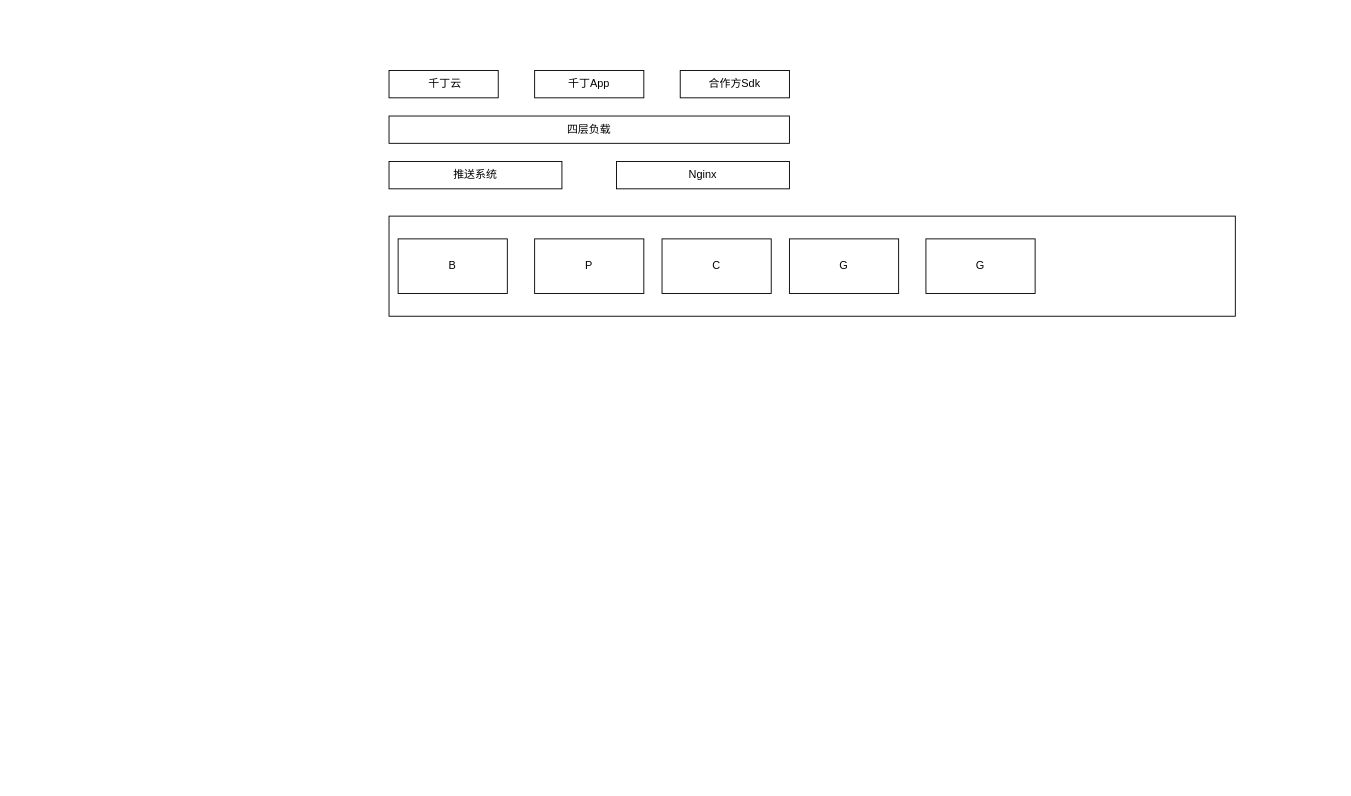
Above: Untitled Diagram.drawio in polaris16/drawio (draw.io), before the change. Source tidied: cells renumbered, new cells numbered last; positions are measured from the earlier drawing's top-left corner, leaving out a move shared by most shapes. Both pictures are drawn from the tidied source at 91%, with x=0, y=0 at pixel (389, 70).
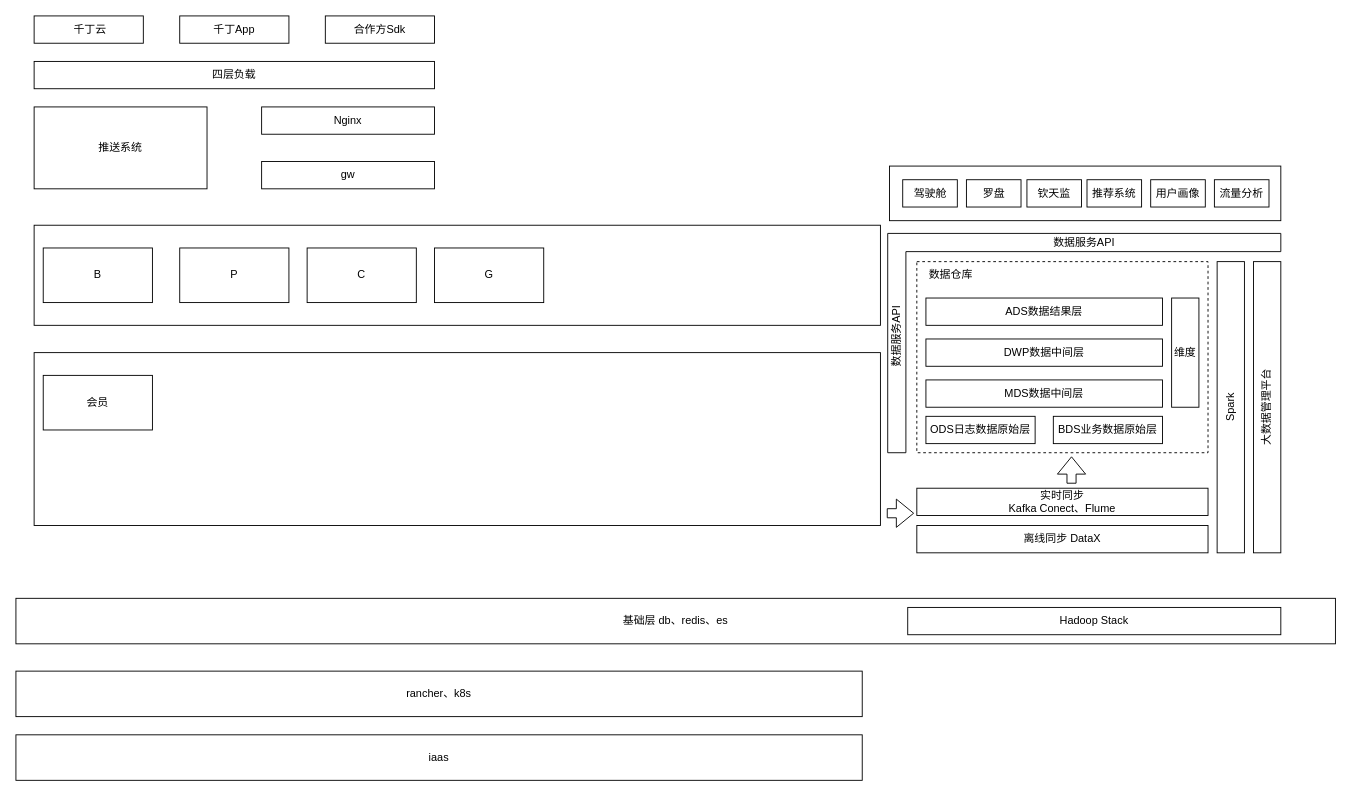
The same diagram, later.

Diff of the diagram source:
```diff
@@
+    <mxCell id="14" style="rounded=0;whiteSpace=wrap;html=1;dashed=1;" parent="1" vertex="1">
+      <mxGeometry x="580" y="210" width="320" height="210" as="geometry" />
+    </mxCell>
     <mxCell id="2" value="&amp;nbsp;千丁云" style="rounded=0;whiteSpace=wrap;html=1;" parent="1" vertex="1">
-      <mxGeometry width="120" height="30" as="geometry" />
+      <mxGeometry x="-390" y="-60" width="120" height="30" as="geometry" />
     </mxCell>
     <mxCell id="3" value="千丁App" style="rounded=0;whiteSpace=wrap;html=1;" parent="1" vertex="1">
-      <mxGeometry x="160" width="120" height="30" as="geometry" />
+      <mxGeometry x="-230" y="-60" width="120" height="30" as="geometry" />
     </mxCell>
     <mxCell id="4" value="&lt;span style=&quot;font-weight: normal&quot;&gt;合作方Sdk&lt;/span&gt;" style="rounded=0;whiteSpace=wrap;html=1;fontStyle=1;" parent="1" vertex="1">
-      <mxGeometry x="320" width="120" height="30" as="geometry" />
+      <mxGeometry x="-70" y="-60" width="120" height="30" as="geometry" />
     </mxCell>
     <mxCell id="5" value="四层负载" style="rounded=0;whiteSpace=wrap;html=1;" parent="1" vertex="1">
-      <mxGeometry y="50" width="440" height="30" as="geometry" />
+      <mxGeometry x="-390" y="-10" width="440" height="30" as="geometry" />
     </mxCell>
     <mxCell id="6" value="Nginx" style="rounded=0;whiteSpace=wrap;html=1;" parent="1" vertex="1">
-      <mxGeometry x="250" y="100" width="190" height="30" as="geometry" />
+      <mxGeometry x="-140" y="40" width="190" height="30" as="geometry" />
     </mxCell>
     <mxCell id="7" value="推送系统" style="rounded=0;whiteSpace=wrap;html=1;" parent="1" vertex="1">
-      <mxGeometry y="100" width="190" height="30" as="geometry" />
+      <mxGeometry x="-390" y="40" width="190" height="90" as="geometry" />
     </mxCell>
     <mxCell id="8" style="rounded=0;whiteSpace=wrap;html=1;" parent="1" vertex="1">
-      <mxGeometry y="160" width="930" height="110" as="geometry" />
+      <mxGeometry x="-390" y="170" width="930" height="110" as="geometry" />
     </mxCell>
     <mxCell id="9" value="B" style="rounded=0;whiteSpace=wrap;html=1;" parent="1" vertex="1">
-      <mxGeometry x="10" y="185" width="120" height="60" as="geometry" />
+      <mxGeometry x="-380" y="195" width="120" height="60" as="geometry" />
     </mxCell>
     <mxCell id="10" value="P" style="rounded=0;whiteSpace=wrap;html=1;" parent="1" vertex="1">
-      <mxGeometry x="160" y="185" width="120" height="60" as="geometry" />
+      <mxGeometry x="-230" y="195" width="120" height="60" as="geometry" />
     </mxCell>
     <mxCell id="11" value="C" style="rounded=0;whiteSpace=wrap;html=1;" parent="1" vertex="1">
-      <mxGeometry x="300" y="185" width="120" height="60" as="geometry" />
+      <mxGeometry x="-90" y="195" width="120" height="60" as="geometry" />
     </mxCell>
     <mxCell id="12" value="G" style="rounded=0;whiteSpace=wrap;html=1;" parent="1" vertex="1">
-      <mxGeometry x="440" y="185" width="120" height="60" as="geometry" />
+      <mxGeometry x="50" y="195" width="120" height="60" as="geometry" />
     </mxCell>
-    <mxCell id="13" value="G" style="rounded=0;whiteSpace=wrap;html=1;" parent="1" vertex="1">
-      <mxGeometry x="590" y="185" width="120" height="60" as="geometry" />
+    <mxCell id="13" style="rounded=0;whiteSpace=wrap;html=1;" parent="1" vertex="1">
+      <mxGeometry x="550" y="105" width="430" height="60" as="geometry" />
     </mxCell>
+    <mxCell id="15" style="rounded=0;whiteSpace=wrap;html=1;" parent="1" vertex="1">
+      <mxGeometry x="-390" y="310" width="930" height="190" as="geometry" />
+    </mxCell>
+    <mxCell id="16" value="会员" style="rounded=0;whiteSpace=wrap;html=1;" parent="1" vertex="1">
+      <mxGeometry x="-380" y="335" width="120" height="60" as="geometry" />
+    </mxCell>
+    <mxCell id="17" value="gw" style="rounded=0;whiteSpace=wrap;html=1;" parent="1" vertex="1">
+      <mxGeometry x="-140" y="100" width="190" height="30" as="geometry" />
+    </mxCell>
+    <mxCell id="18" value="基础层 db、redis、es" style="rounded=0;whiteSpace=wrap;html=1;" parent="1" vertex="1">
+      <mxGeometry x="-410" y="580" width="1450" height="50" as="geometry" />
+    </mxCell>
+    <mxCell id="19" value="rancher、k8s" style="rounded=0;whiteSpace=wrap;html=1;" parent="1" vertex="1">
+      <mxGeometry x="-410" y="660" width="930" height="50" as="geometry" />
+    </mxCell>
+    <mxCell id="20" value="iaas" style="rounded=0;whiteSpace=wrap;html=1;" parent="1" vertex="1">
+      <mxGeometry x="-410" y="730" width="930" height="50" as="geometry" />
+    </mxCell>
+    <mxCell id="21" value="离线同步 DataX" style="rounded=0;whiteSpace=wrap;html=1;flipH=1;" parent="1" vertex="1">
+      <mxGeometry x="580" y="500" width="320" height="30" as="geometry" />
+    </mxCell>
+    <mxCell id="22" value="实时同步&lt;br&gt;Kafka Conect、Flume&lt;br&gt;" style="rounded=0;whiteSpace=wrap;html=1;" parent="1" vertex="1">
+      <mxGeometry x="580" y="459" width="320" height="30" as="geometry" />
+    </mxCell>
+    <mxCell id="23" value="ODS日志数据原始层" style="rounded=0;whiteSpace=wrap;html=1;" parent="1" vertex="1">
+      <mxGeometry x="590" y="380" width="120" height="30" as="geometry" />
+    </mxCell>
+    <mxCell id="24" value="BDS业务数据原始层" style="rounded=0;whiteSpace=wrap;html=1;" parent="1" vertex="1">
+      <mxGeometry x="730" y="380" width="120" height="30" as="geometry" />
+    </mxCell>
+    <mxCell id="25" value="MDS数据中间层" style="rounded=0;whiteSpace=wrap;html=1;" parent="1" vertex="1">
+      <mxGeometry x="590" y="340" width="260" height="30" as="geometry" />
+    </mxCell>
+    <mxCell id="26" style="shape=flexArrow;endArrow=classic;html=1;" parent="1" edge="1">
+      <mxGeometry relative="1" as="geometry">
+        <mxPoint x="547" y="486.5" as="sourcePoint" />
+        <mxPoint x="577" y="486.5" as="targetPoint" />
+      </mxGeometry>
+    </mxCell>
+    <mxCell id="27" value="DWP数据中间层" style="rounded=0;whiteSpace=wrap;html=1;" parent="1" vertex="1">
+      <mxGeometry x="590" y="295" width="260" height="30" as="geometry" />
+    </mxCell>
+    <mxCell id="28" value="ADS数据结果层" style="rounded=0;whiteSpace=wrap;html=1;" parent="1" vertex="1">
+      <mxGeometry x="590" y="250" width="260" height="30" as="geometry" />
+    </mxCell>
+    <mxCell id="29" value="大数据管理平台" style="rounded=0;whiteSpace=wrap;html=1;verticalAlign=middle;horizontal=0;flipH=1;flipV=1;" parent="1" vertex="1">
+      <mxGeometry x="950" y="210" width="30" height="320" as="geometry" />
+    </mxCell>
+    <mxCell id="30" value="维度&lt;br&gt;" style="rounded=0;whiteSpace=wrap;html=1;" parent="1" vertex="1">
+      <mxGeometry x="860" y="250" width="30" height="120" as="geometry" />
+    </mxCell>
+    <mxCell id="31" value="Spark" style="rounded=0;whiteSpace=wrap;html=1;horizontal=0;verticalAlign=middle;flipH=1;flipV=1;" parent="1" vertex="1">
+      <mxGeometry x="910" y="210" width="30" height="320" as="geometry" />
+    </mxCell>
+    <mxCell id="32" value="数据仓库" style="text;html=1;strokeColor=none;fillColor=none;align=center;verticalAlign=middle;whiteSpace=wrap;rounded=0;dashed=1;" parent="1" vertex="1">
+      <mxGeometry x="580" y="215" width="75" height="20" as="geometry" />
+    </mxCell>
+    <mxCell id="33" value="Hadoop Stack" style="rounded=0;whiteSpace=wrap;html=1;" parent="1" vertex="1">
+      <mxGeometry x="570" y="590" width="410" height="30" as="geometry" />
+    </mxCell>
+    <mxCell id="34" style="shape=flexArrow;endArrow=classic;html=1;" parent="1" edge="1">
+      <mxGeometry relative="1" as="geometry">
+        <mxPoint x="750" y="454" as="sourcePoint" />
+        <mxPoint x="750" y="424" as="targetPoint" />
+      </mxGeometry>
+    </mxCell>
+    <mxCell id="35" value="推荐系统" style="rounded=0;whiteSpace=wrap;html=1;" parent="1" vertex="1">
+      <mxGeometry x="767" y="120" width="60" height="30" as="geometry" />
+    </mxCell>
+    <mxCell id="36" value="用户画像" style="rounded=0;whiteSpace=wrap;html=1;" parent="1" vertex="1">
+      <mxGeometry x="837" y="120" width="60" height="30" as="geometry" />
+    </mxCell>
+    <mxCell id="37" value="流量分析" style="rounded=0;whiteSpace=wrap;html=1;" parent="1" vertex="1">
+      <mxGeometry x="907" y="120" width="60" height="30" as="geometry" />
+    </mxCell>
+    <mxCell id="38" value="驾驶舱" style="rounded=0;whiteSpace=wrap;html=1;" parent="1" vertex="1">
+      <mxGeometry x="564.5" y="120" width="60" height="30" as="geometry" />
+    </mxCell>
+    <mxCell id="39" value="罗盘" style="rounded=0;whiteSpace=wrap;html=1;" parent="1" vertex="1">
+      <mxGeometry x="634.5" y="120" width="60" height="30" as="geometry" />
+    </mxCell>
+    <mxCell id="40" value="钦天监" style="rounded=0;whiteSpace=wrap;html=1;" parent="1" vertex="1">
+      <mxGeometry x="701" y="120" width="60" height="30" as="geometry" />
+    </mxCell>
+    <mxCell id="41" style="shape=corner;whiteSpace=wrap;html=1;" parent="1" vertex="1">
+      <mxGeometry x="548" y="179" width="432" height="241" as="geometry" />
+    </mxCell>
+    <mxCell id="42" value="数据服务API" style="text;html=1;strokeColor=none;fillColor=none;align=center;verticalAlign=middle;whiteSpace=wrap;rounded=0;" parent="1" vertex="1">
+      <mxGeometry x="714" y="179" width="100" height="20" as="geometry" />
+    </mxCell>
+    <mxCell id="43" value="数据服务API" style="text;html=1;strokeColor=none;fillColor=none;align=center;verticalAlign=middle;whiteSpace=wrap;rounded=0;horizontal=1;rotation=-90;" parent="1" vertex="1">
+      <mxGeometry x="461" y="282" width="195" height="20" as="geometry" />
+    </mxCell>
```
